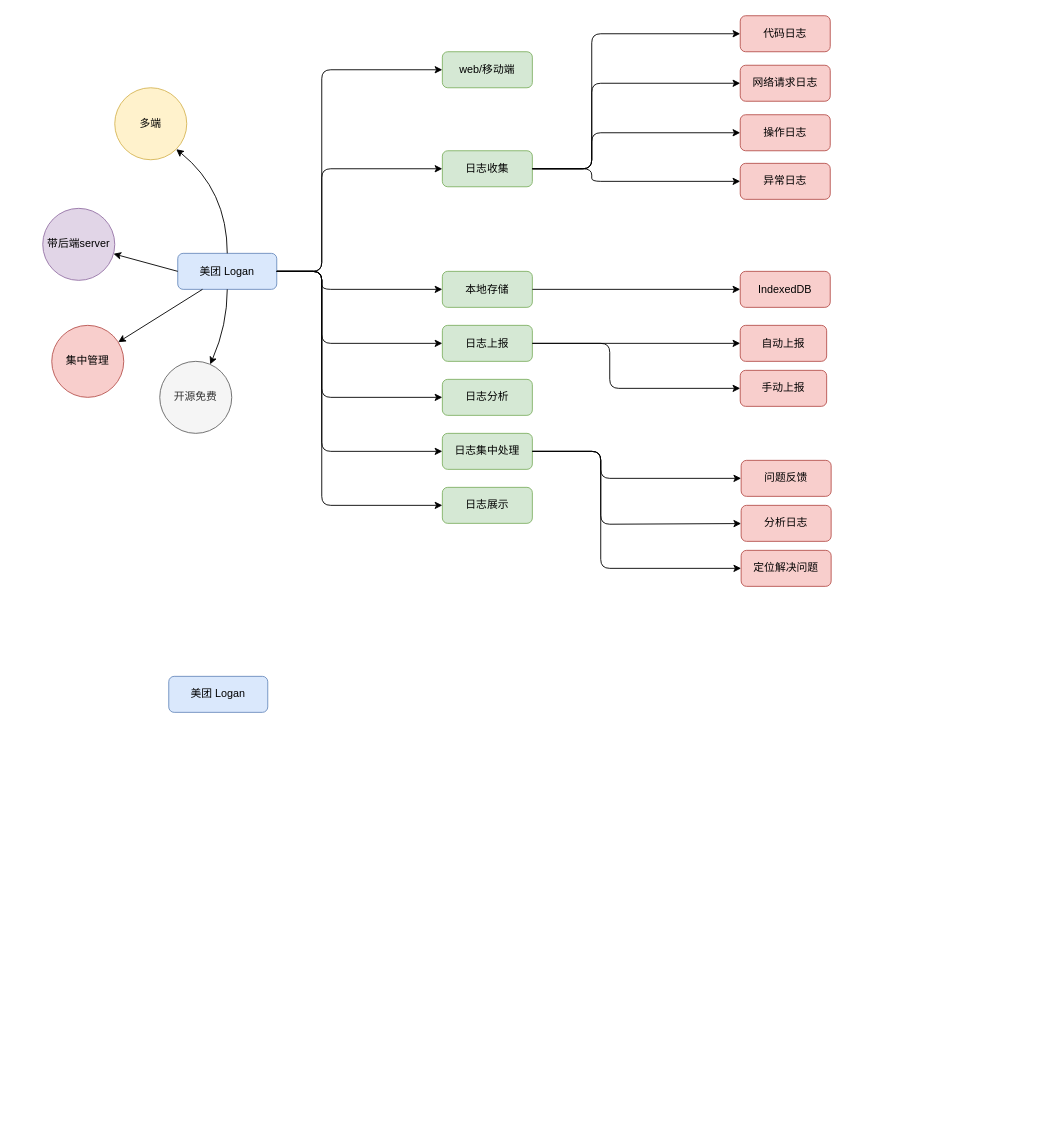
Above: 前端日志系统.drawio in meterXu/drawiofile (draw.io), before the change. Source tidied: cells renumbered, new cells numbered last; positions are measured from the earlier drawing's top-left corner, leaving out a move shared by most shapes. Both pictures are drawn from the tidied source at 90%, with x=0, y=0 at pixel (42, 15).
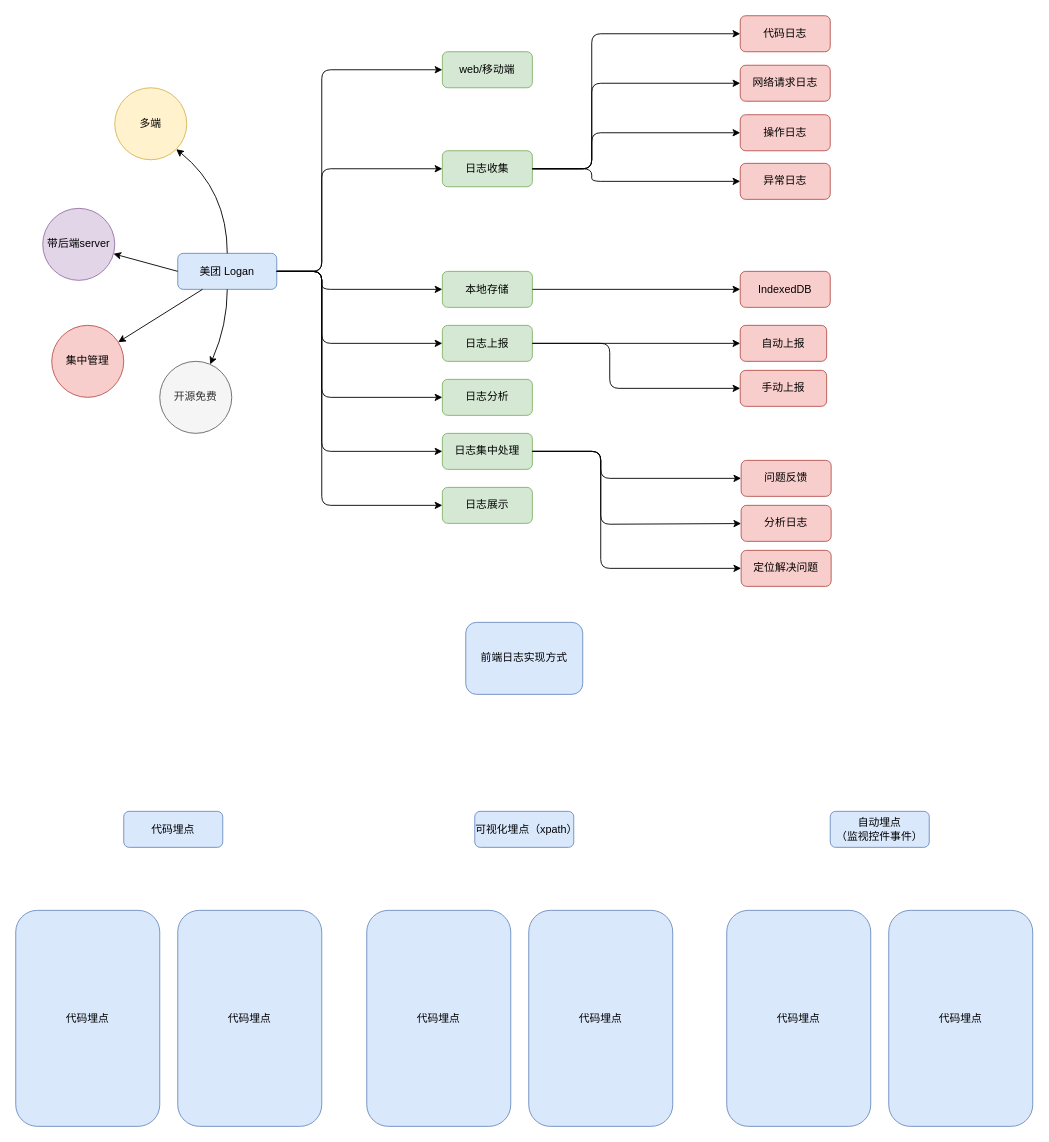
The same page after the edit.

Commit message (it also covers changes not shown here):
Update 前端日志系统.drawio

What changed in the source:
```diff
@@
-    <mxCell id="3" value="美团 Logan" style="rounded=1;whiteSpace=wrap;html=1;fillColor=#dae8fc;strokeColor=#6c8ebf;" parent="1" vertex="1">
-      <mxGeometry x="140" y="734" width="110" height="40" as="geometry" />
+    <mxCell id="3" value="前端日志实现方式" style="rounded=1;whiteSpace=wrap;html=1;fillColor=#dae8fc;strokeColor=#6c8ebf;" parent="1" vertex="1">
+      <mxGeometry x="470" y="674" width="130" height="80" as="geometry" />
     </mxCell>
@@
+    <mxCell id="46" value="代码埋点" style="rounded=1;whiteSpace=wrap;html=1;fillColor=#dae8fc;strokeColor=#6c8ebf;" parent="1" vertex="1">
+      <mxGeometry x="90" y="884" width="110" height="40" as="geometry" />
+    </mxCell>
+    <mxCell id="47" value="可视化埋点（xpath）" style="rounded=1;whiteSpace=wrap;html=1;fillColor=#dae8fc;strokeColor=#6c8ebf;" parent="1" vertex="1">
+      <mxGeometry x="480" y="884" width="110" height="40" as="geometry" />
+    </mxCell>
+    <mxCell id="48" value="自动埋点&lt;br&gt;（监视控件事件）" style="rounded=1;whiteSpace=wrap;html=1;fillColor=#dae8fc;strokeColor=#6c8ebf;" parent="1" vertex="1">
+      <mxGeometry x="875" y="884" width="110" height="40" as="geometry" />
+    </mxCell>
+    <mxCell id="49" value="代码埋点" style="rounded=1;whiteSpace=wrap;html=1;fillColor=#dae8fc;strokeColor=#6c8ebf;" parent="1" vertex="1">
+      <mxGeometry x="-30" y="994" width="160" height="240" as="geometry" />
+    </mxCell>
+    <mxCell id="50" value="代码埋点" style="rounded=1;whiteSpace=wrap;html=1;fillColor=#dae8fc;strokeColor=#6c8ebf;" parent="1" vertex="1">
+      <mxGeometry x="150" y="994" width="160" height="240" as="geometry" />
+    </mxCell>
+    <mxCell id="51" value="代码埋点" style="rounded=1;whiteSpace=wrap;html=1;fillColor=#dae8fc;strokeColor=#6c8ebf;" parent="1" vertex="1">
+      <mxGeometry x="360" y="994" width="160" height="240" as="geometry" />
+    </mxCell>
+    <mxCell id="52" value="代码埋点" style="rounded=1;whiteSpace=wrap;html=1;fillColor=#dae8fc;strokeColor=#6c8ebf;" parent="1" vertex="1">
+      <mxGeometry x="540" y="994" width="160" height="240" as="geometry" />
+    </mxCell>
+    <mxCell id="53" value="代码埋点" style="rounded=1;whiteSpace=wrap;html=1;fillColor=#dae8fc;strokeColor=#6c8ebf;" parent="1" vertex="1">
+      <mxGeometry x="760" y="994" width="160" height="240" as="geometry" />
+    </mxCell>
+    <mxCell id="54" value="代码埋点" style="rounded=1;whiteSpace=wrap;html=1;fillColor=#dae8fc;strokeColor=#6c8ebf;" parent="1" vertex="1">
+      <mxGeometry x="940" y="994" width="160" height="240" as="geometry" />
+    </mxCell>
```
